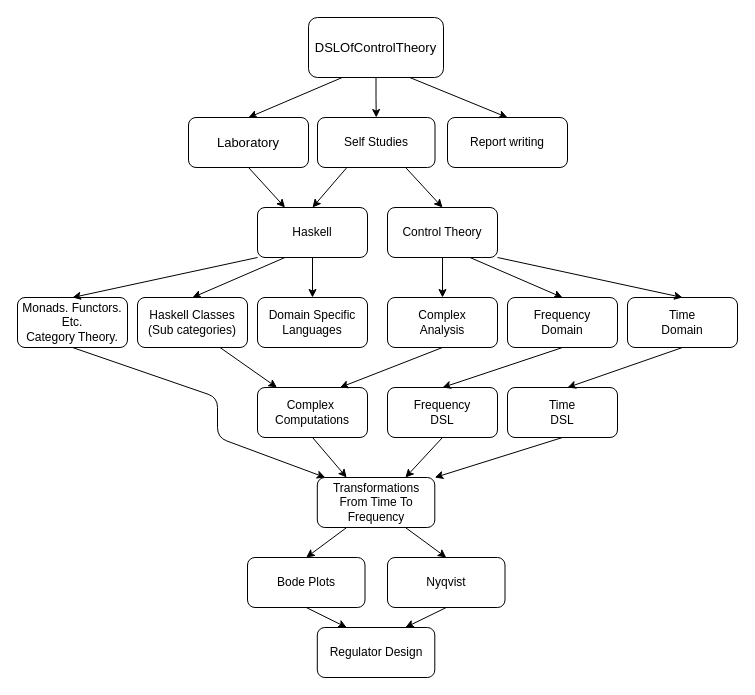
Before: doc/DATX02/planning_report/DependencyGraph.drawio in simonhagglund/DATX02-dsl, a draw.io diagram. Source tidied: cells renumbered, new cells numbered last; positions are measured from the earlier drawing's top-left corner, leaving out a move shared by most shapes. Both pictures are drawn from the tidied source at 100%, with x=0, y=0 at pixel (17, 17).
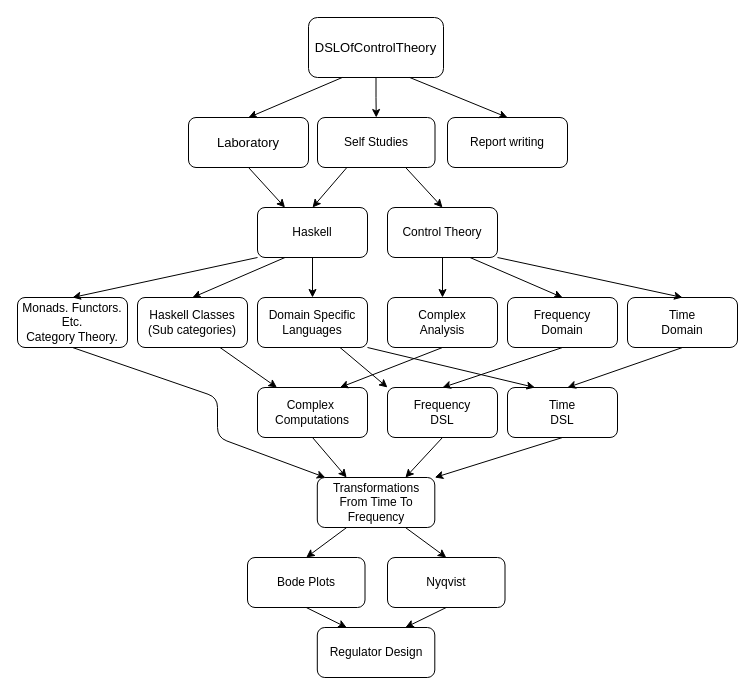
Above is the later version.

The change refers to these unchanged cells:
```xml
<mxCell id="21" value="&lt;span style=&quot;white-space: normal&quot;&gt;Domain Specific&lt;/span&gt;&lt;br style=&quot;white-space: normal&quot;&gt;&lt;span style=&quot;white-space: normal&quot;&gt;Languages&lt;/span&gt;" style="rounded=1;whiteSpace=wrap;html=1;" parent="1" vertex="1">
  <mxGeometry x="240" y="280" width="110" height="50" as="geometry" />
</mxCell>
<mxCell id="31" value="&lt;span style=&quot;white-space: normal&quot;&gt;Frequency&lt;/span&gt;&lt;br style=&quot;white-space: normal&quot;&gt;&lt;span style=&quot;white-space: normal&quot;&gt;DSL&lt;/span&gt;" style="rounded=1;whiteSpace=wrap;html=1;" parent="1" vertex="1">
  <mxGeometry x="370" y="370" width="110" height="50" as="geometry" />
</mxCell>
<mxCell id="32" value="&lt;span style=&quot;white-space: normal&quot;&gt;Time&lt;/span&gt;&lt;br style=&quot;white-space: normal&quot;&gt;&lt;span style=&quot;white-space: normal&quot;&gt;DSL&lt;/span&gt;" style="rounded=1;whiteSpace=wrap;html=1;" parent="1" vertex="1">
  <mxGeometry x="490" y="370" width="110" height="50" as="geometry" />
</mxCell>
```

What changed in the source:
```diff
@@
+    <mxCell id="45" style="endArrow=classic;html=1;exitX=1;exitY=1;exitDx=0;exitDy=0;entryX=0.25;entryY=0;entryDx=0;entryDy=0;" parent="1" edge="1" source="21" target="32">
+      <mxGeometry relative="1" as="geometry" />
+    </mxCell>
+    <mxCell id="46" style="endArrow=classic;html=1;exitX=0.75;exitY=1;exitDx=0;exitDy=0;entryX=0;entryY=0;entryDx=0;entryDy=0;" parent="1" edge="1" source="21" target="31">
+      <mxGeometry relative="1" as="geometry" />
+    </mxCell>
```
